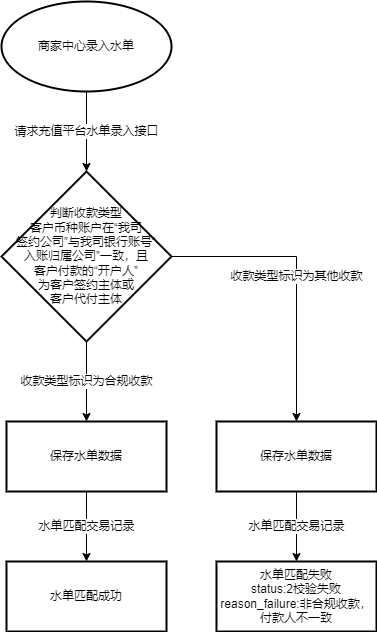
Above: 三流合一--商家中心水单录入.drawio.drawio.png in juanjuan-dev/diagrams (draw.io), before the change. Source tidied: cells renumbered, new cells last; positions are measured from the earlier drawing's top-left corner, leaving out a move shared by most shapes.
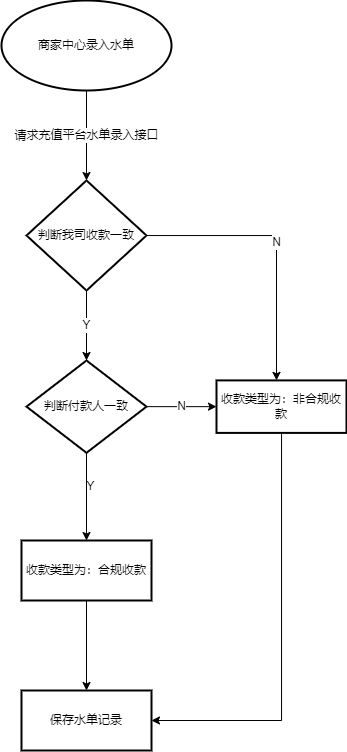
After the change.

Commit message:
更新三流合一--商家中心水单录入.drawio.drawio.png

Change to the diagram source:
```diff
@@ -5,39 +5,52 @@
     <mxCell id="2" value="请求充值平台水单录入接口" style="edgeStyle=orthogonalEdgeStyle;rounded=0;jettySize=auto;html=1;" parent="1" edge="1" source="6" target="5">
       <mxGeometry relative="1" as="geometry" />
     </mxCell>
-    <mxCell id="3" value="收款类型标识为合规收款" style="edgeStyle=orthogonalEdgeStyle;rounded=0;jettySize=auto;html=1;" parent="1" edge="1" source="5" target="8">
-      <mxGeometry relative="1" as="geometry" />
-    </mxCell>
-    <mxCell id="4" value="收款类型标识为其他收款" style="edgeStyle=orthogonalEdgeStyle;rounded=0;jettySize=auto;html=1;" parent="1" edge="1" source="5" target="10">
+    <mxCell id="4" value="N" style="edgeStyle=orthogonalEdgeStyle;rounded=0;jettySize=auto;html=1;" parent="1" edge="1" source="5" target="10">
       <mxGeometry relative="1" as="geometry">
         <Array as="points">
-          <mxPoint x="295" y="255" />
+          <mxPoint x="275" y="235" />
         </Array>
       </mxGeometry>
     </mxCell>
+    <mxCell id="13" value="Y" style="edgeStyle=orthogonalEdgeStyle;rounded=0;jettySize=auto;html=1;" parent="1" edge="1" source="5" target="19">
+      <mxGeometry relative="1" as="geometry" />
+    </mxCell>
-    <mxCell id="5" value="判断收款类型&lt;br&gt;客户币种账户在“我司&lt;br&gt;签约公司”与我司银行账号“&lt;br&gt;入账归属公司”一致，且&lt;br&gt;客户付款的“开户人”&lt;br&gt;为客户签约主体或&lt;br&gt;客户代付主体" style="strokeWidth=2;html=1;shape=mxgraph.flowchart.decision;whiteSpace=wrap;" parent="1" vertex="1">
-      <mxGeometry y="170" width="170" height="170" as="geometry" />
+    <mxCell id="5" value="判断我司收款一致" style="strokeWidth=2;html=1;shape=mxgraph.flowchart.decision;whiteSpace=wrap;" parent="1" vertex="1">
+      <mxGeometry x="25" y="180" width="120" height="110" as="geometry" />
     </mxCell>
     <mxCell id="6" value="&lt;span&gt;商家中心录入水单&lt;/span&gt;" style="strokeWidth=2;html=1;shape=mxgraph.flowchart.start_1;whiteSpace=wrap;" parent="1" vertex="1">
       <mxGeometry width="170" height="90" as="geometry" />
     </mxCell>
-    <mxCell id="7" value="水单匹配交易记录" style="edgeStyle=orthogonalEdgeStyle;rounded=0;jettySize=auto;html=1;" parent="1" edge="1" source="8" target="11">
-      <mxGeometry relative="1" as="geometry" />
-    </mxCell>
+    <mxCell id="14" style="edgeStyle=orthogonalEdgeStyle;rounded=0;jettySize=auto;html=1;" parent="1" edge="1" source="8" target="20">
+      <mxGeometry relative="1" as="geometry" />
+    </mxCell>
-    <mxCell id="8" value="保存水单数据" style="whiteSpace=wrap;html=1;strokeWidth=2;" parent="1" vertex="1">
-      <mxGeometry x="5" y="420" width="160" height="70" as="geometry" />
+    <mxCell id="8" value="收款类型为：合规收款" style="whiteSpace=wrap;html=1;strokeWidth=2;" parent="1" vertex="1">
+      <mxGeometry x="20" y="540" width="130" height="60" as="geometry" />
     </mxCell>
-    <mxCell id="9" value="水单匹配交易记录" style="edgeStyle=orthogonalEdgeStyle;rounded=0;jettySize=auto;html=1;" parent="1" edge="1" source="10" target="12">
-      <mxGeometry relative="1" as="geometry" />
-    </mxCell>
+    <mxCell id="15" style="edgeStyle=orthogonalEdgeStyle;rounded=0;jettySize=auto;html=1;" parent="1" edge="1" source="10" target="20">
+      <mxGeometry relative="1" as="geometry">
+        <Array as="points">
+          <mxPoint x="280" y="720" />
+        </Array>
+      </mxGeometry>
+    </mxCell>
-    <mxCell id="10" value="保存水单数据" style="whiteSpace=wrap;html=1;strokeWidth=2;" parent="1" vertex="1">
-      <mxGeometry x="215" y="420" width="160" height="70" as="geometry" />
+    <mxCell id="10" value="收款类型为：非合规收款" style="whiteSpace=wrap;html=1;strokeWidth=2;" parent="1" vertex="1">
+      <mxGeometry x="215" y="379.9" width="130" height="52.5" as="geometry" />
     </mxCell>
-    <mxCell id="11" value="水单匹配成功" style="whiteSpace=wrap;html=1;strokeWidth=2;" parent="1" vertex="1">
-      <mxGeometry x="5" y="560" width="160" height="70" as="geometry" />
-    </mxCell>
-    <mxCell id="12" value="水单匹配失败&lt;br&gt;status:2校验失败&lt;br&gt;reason_failure:非合规收款，付款人不一致" style="whiteSpace=wrap;html=1;strokeWidth=2;" parent="1" vertex="1">
-      <mxGeometry x="215" y="560" width="160" height="70" as="geometry" />
-    </mxCell>
+    <mxCell id="16" style="edgeStyle=orthogonalEdgeStyle;rounded=0;jettySize=auto;html=1;" parent="1" edge="1" source="19" target="8">
+      <mxGeometry relative="1" as="geometry" />
+    </mxCell>
+    <mxCell id="17" value="Y" style="edgeLabel;html=1;align=center;verticalAlign=middle;" parent="16" vertex="1">
+      <mxGeometry x="-0.24" y="4" relative="1" as="geometry" />
+    </mxCell>
+    <mxCell id="18" value="N" style="edgeStyle=orthogonalEdgeStyle;rounded=0;jettySize=auto;html=1;" parent="1" edge="1" source="19" target="10">
+      <mxGeometry relative="1" as="geometry" />
+    </mxCell>
+    <mxCell id="19" value="判断付款人一致" style="strokeWidth=2;html=1;shape=mxgraph.flowchart.decision;whiteSpace=wrap;" parent="1" vertex="1">
+      <mxGeometry x="25" y="360" width="120" height="92.3" as="geometry" />
+    </mxCell>
+    <mxCell id="20" value="保存水单记录" style="whiteSpace=wrap;html=1;strokeWidth=2;" parent="1" vertex="1">
+      <mxGeometry x="20" y="690" width="130" height="60" as="geometry" />
+    </mxCell>
   </root>
 </mxGraphModel>
```
